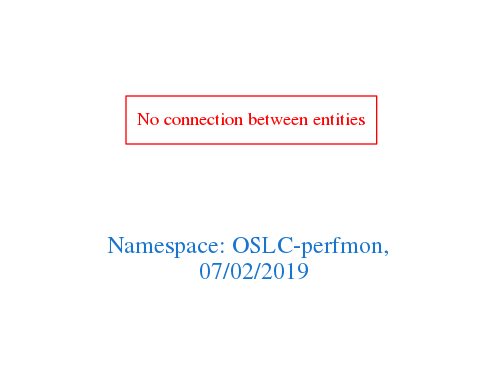
Earlier version of the Graphviz export downloads/OSLC-perfmon.png (arago/OGIT). Its source is kept beside it as downloads/OSLC-perfmon.dot.
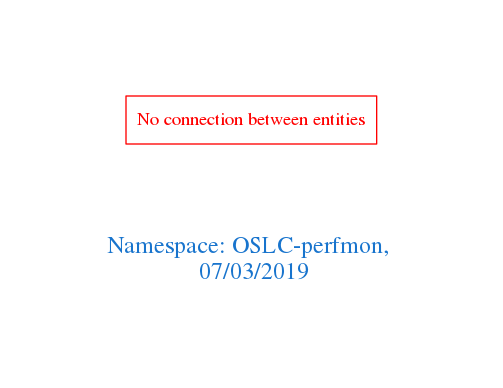
Later version of the same file.

What changed in the source:
```diff
@@ -1,7 +1,7 @@
 digraph OGIT_ontology {
  graph [ rankdir= LR,pad=1
 fontsize = 18,
-fontcolor= dodgerblue3,label = "\n\n\nNamespace: OSLC-perfmon, \n 07/02/2019"];
+fontcolor= dodgerblue3,label = "\n\n\nNamespace: OSLC-perfmon, \n 07/03/2019"];
 node[shape=polygon];
 edge [  color="gray81"];
 
```
